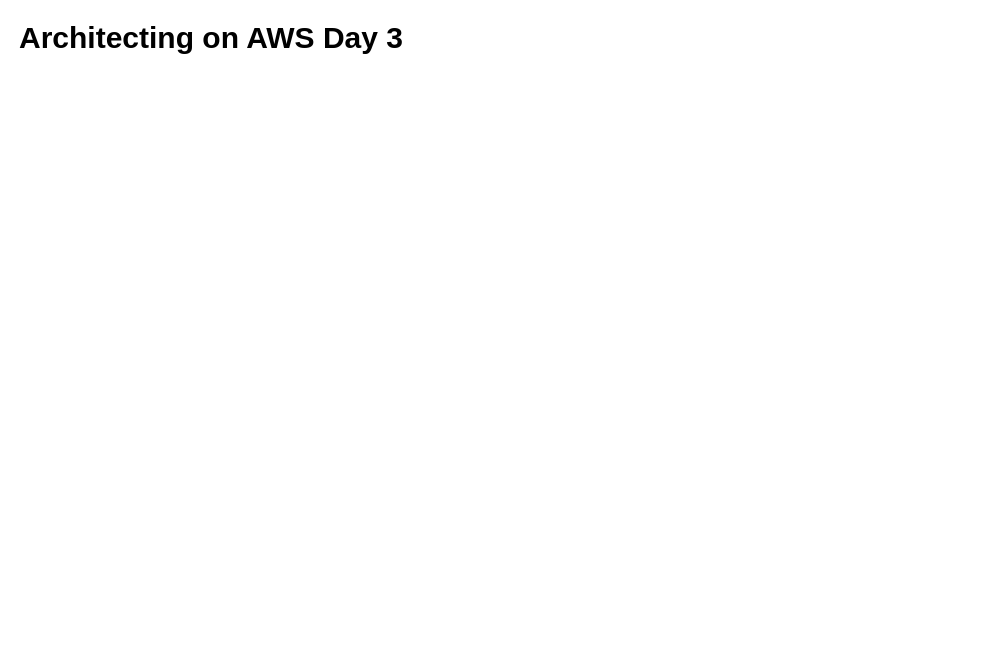
Before: page "Sticky Session Alternativev" (1 of 5) of engie-day3.drawio in taupoali/awsdiagrams, a draw.io diagram. Source tidied: cells renumbered, new cells numbered last; positions are measured from the earlier drawing's top-left corner, leaving out a move shared by most shapes. Both pictures are drawn from the tidied source at 100%, with x=0, y=0 at pixel (16, 16).
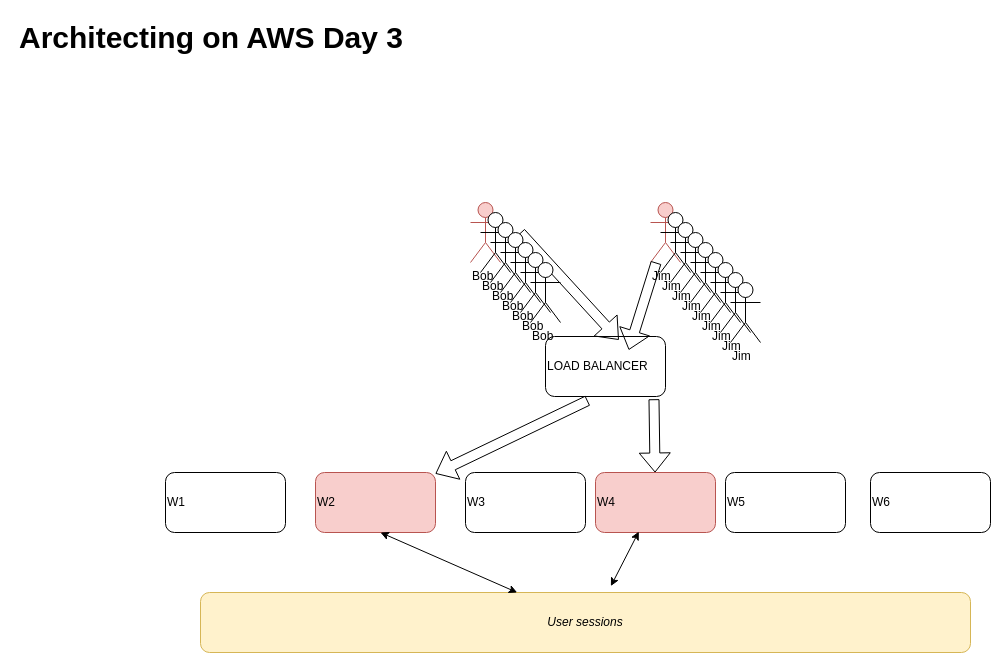
The same diagram, later.

The edit, as a diff of the source:
```diff
@@
+    <mxCell id="3" value="LOAD BALANCER" style="rounded=1;whiteSpace=wrap;html=1;align=left;" parent="1" vertex="1">
+      <mxGeometry x="529" y="320" width="120" height="60" as="geometry" />
+    </mxCell>
+    <mxCell id="4" value="W4" style="rounded=1;whiteSpace=wrap;html=1;align=left;fillColor=#f8cecc;strokeColor=#b85450;" parent="1" vertex="1">
+      <mxGeometry x="579" y="456" width="120" height="60" as="geometry" />
+    </mxCell>
+    <mxCell id="5" value="W1" style="rounded=1;whiteSpace=wrap;html=1;align=left;" parent="1" vertex="1">
+      <mxGeometry x="149" y="456" width="120" height="60" as="geometry" />
+    </mxCell>
+    <mxCell id="6" value="W2" style="rounded=1;whiteSpace=wrap;html=1;align=left;fillColor=#f8cecc;strokeColor=#b85450;" parent="1" vertex="1">
+      <mxGeometry x="299" y="456" width="120" height="60" as="geometry" />
+    </mxCell>
+    <mxCell id="7" value="W3" style="rounded=1;whiteSpace=wrap;html=1;align=left;" parent="1" vertex="1">
+      <mxGeometry x="449" y="456" width="120" height="60" as="geometry" />
+    </mxCell>
+    <mxCell id="8" value="Bob" style="shape=umlActor;verticalLabelPosition=bottom;verticalAlign=top;html=1;align=left;fillColor=#f8cecc;strokeColor=#b85450;" parent="1" vertex="1">
+      <mxGeometry x="454" y="186" width="30" height="60" as="geometry" />
+    </mxCell>
+    <mxCell id="9" style="shape=flexArrow;endArrow=classic;html=1;entryX=0.611;entryY=0.056;entryDx=0;entryDy=0;entryPerimeter=0;" parent="1" edge="1" target="3">
+      <mxGeometry relative="1" as="geometry">
+        <mxPoint x="504" y="216" as="sourcePoint" />
+      </mxGeometry>
+    </mxCell>
+    <mxCell id="10" style="shape=flexArrow;endArrow=classic;html=1;exitX=0.352;exitY=1.068;exitDx=0;exitDy=0;exitPerimeter=0;" parent="1" edge="1" source="3" target="6">
+      <mxGeometry relative="1" as="geometry" />
+    </mxCell>
+    <mxCell id="11" value="Jim" style="shape=umlActor;verticalLabelPosition=bottom;verticalAlign=top;html=1;outlineConnect=0;align=left;fillColor=#f8cecc;strokeColor=#b85450;" parent="1" vertex="1">
+      <mxGeometry x="634" y="186" width="30" height="60" as="geometry" />
+    </mxCell>
+    <mxCell id="12" style="shape=flexArrow;endArrow=classic;html=1;entryX=0.611;entryY=0.056;entryDx=0;entryDy=0;entryPerimeter=0;" parent="1" edge="1" source="11">
+      <mxGeometry relative="1" as="geometry">
+        <mxPoint x="612.3" y="333.4" as="targetPoint" />
+      </mxGeometry>
+    </mxCell>
+    <mxCell id="13" style="shape=flexArrow;endArrow=classic;html=1;exitX=0.904;exitY=1.045;exitDx=0;exitDy=0;exitPerimeter=0;" parent="1" edge="1" source="3" target="4">
+      <mxGeometry relative="1" as="geometry" />
+    </mxCell>
+    <mxCell id="14" value="Jim" style="shape=umlActor;verticalLabelPosition=bottom;verticalAlign=top;html=1;align=left;" parent="1" vertex="1">
+      <mxGeometry x="644" y="196" width="30" height="60" as="geometry" />
+    </mxCell>
+    <mxCell id="15" value="Jim" style="shape=umlActor;verticalLabelPosition=bottom;verticalAlign=top;html=1;align=left;" parent="1" vertex="1">
+      <mxGeometry x="654" y="206" width="30" height="60" as="geometry" />
+    </mxCell>
+    <mxCell id="16" value="Jim" style="shape=umlActor;verticalLabelPosition=bottom;verticalAlign=top;html=1;align=left;" parent="1" vertex="1">
+      <mxGeometry x="664" y="216" width="30" height="60" as="geometry" />
+    </mxCell>
+    <mxCell id="17" value="Jim" style="shape=umlActor;verticalLabelPosition=bottom;verticalAlign=top;html=1;align=left;" parent="1" vertex="1">
+      <mxGeometry x="674" y="226" width="30" height="60" as="geometry" />
+    </mxCell>
+    <mxCell id="18" value="Jim" style="shape=umlActor;verticalLabelPosition=bottom;verticalAlign=top;html=1;align=left;" parent="1" vertex="1">
+      <mxGeometry x="684" y="236" width="30" height="60" as="geometry" />
+    </mxCell>
+    <mxCell id="19" value="Jim" style="shape=umlActor;verticalLabelPosition=bottom;verticalAlign=top;html=1;align=left;" parent="1" vertex="1">
+      <mxGeometry x="694" y="246" width="30" height="60" as="geometry" />
+    </mxCell>
+    <mxCell id="20" value="Jim" style="shape=umlActor;verticalLabelPosition=bottom;verticalAlign=top;html=1;align=left;" parent="1" vertex="1">
+      <mxGeometry x="704" y="256" width="30" height="60" as="geometry" />
+    </mxCell>
+    <mxCell id="21" value="Jim" style="shape=umlActor;verticalLabelPosition=bottom;verticalAlign=top;html=1;align=left;" parent="1" vertex="1">
+      <mxGeometry x="714" y="266" width="30" height="60" as="geometry" />
+    </mxCell>
+    <mxCell id="22" value="Bob" style="shape=umlActor;verticalLabelPosition=bottom;verticalAlign=top;html=1;align=left;" parent="1" vertex="1">
+      <mxGeometry x="464" y="196" width="30" height="60" as="geometry" />
+    </mxCell>
+    <mxCell id="23" value="Bob" style="shape=umlActor;verticalLabelPosition=bottom;verticalAlign=top;html=1;align=left;" parent="1" vertex="1">
+      <mxGeometry x="474" y="206" width="30" height="60" as="geometry" />
+    </mxCell>
+    <mxCell id="24" value="Bob" style="shape=umlActor;verticalLabelPosition=bottom;verticalAlign=top;html=1;align=left;" parent="1" vertex="1">
+      <mxGeometry x="484" y="216" width="30" height="60" as="geometry" />
+    </mxCell>
+    <mxCell id="25" value="Bob" style="shape=umlActor;verticalLabelPosition=bottom;verticalAlign=top;html=1;align=left;" parent="1" vertex="1">
+      <mxGeometry x="494" y="226" width="30" height="60" as="geometry" />
+    </mxCell>
+    <mxCell id="26" value="Bob" style="shape=umlActor;verticalLabelPosition=bottom;verticalAlign=top;html=1;align=left;" parent="1" vertex="1">
+      <mxGeometry x="504" y="236" width="30" height="60" as="geometry" />
+    </mxCell>
+    <mxCell id="27" value="Bob" style="shape=umlActor;verticalLabelPosition=bottom;verticalAlign=top;html=1;align=left;" parent="1" vertex="1">
+      <mxGeometry x="514" y="246" width="30" height="60" as="geometry" />
+    </mxCell>
+    <mxCell id="28" value="W5" style="rounded=1;whiteSpace=wrap;html=1;align=left;" parent="1" vertex="1">
+      <mxGeometry x="709" y="456" width="120" height="60" as="geometry" />
+    </mxCell>
+    <mxCell id="29" value="W6" style="rounded=1;whiteSpace=wrap;html=1;align=left;" parent="1" vertex="1">
+      <mxGeometry x="854" y="456" width="120" height="60" as="geometry" />
+    </mxCell>
+    <mxCell id="30" value="User sessions" style="rounded=1;whiteSpace=wrap;html=1;align=center;fontStyle=2;fillColor=#fff2cc;strokeColor=#d6b656;" parent="1" vertex="1">
+      <mxGeometry x="184" y="576" width="770" height="60" as="geometry" />
+    </mxCell>
+    <mxCell id="31" style="endArrow=classic;startArrow=classic;html=1;" parent="1" edge="1" source="30">
+      <mxGeometry relative="1" as="geometry">
+        <mxPoint x="364" y="516" as="targetPoint" />
+      </mxGeometry>
+    </mxCell>
+    <mxCell id="32" style="endArrow=classic;startArrow=classic;html=1;entryX=0.361;entryY=0.985;entryDx=0;entryDy=0;entryPerimeter=0;exitX=0.533;exitY=-0.107;exitDx=0;exitDy=0;exitPerimeter=0;" parent="1" edge="1" source="30" target="4">
+      <mxGeometry relative="1" as="geometry" />
+    </mxCell>
```
